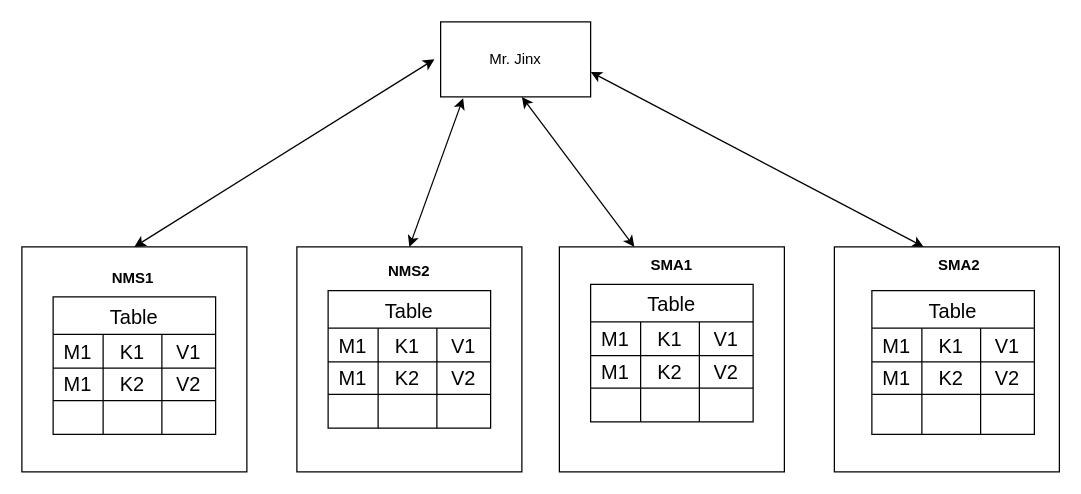
The draw.io diagram NMS SMA Cache.drawio in anshuldevmehta/RandomDiagrams, before the edit. Source tidied: cells renumbered, new cells numbered last; positions are measured from the earlier drawing's top-left corner, leaving out a move shared by most shapes. Both pictures are drawn from the tidied source at 125%, with x=0, y=0 at pixel (21, 21).
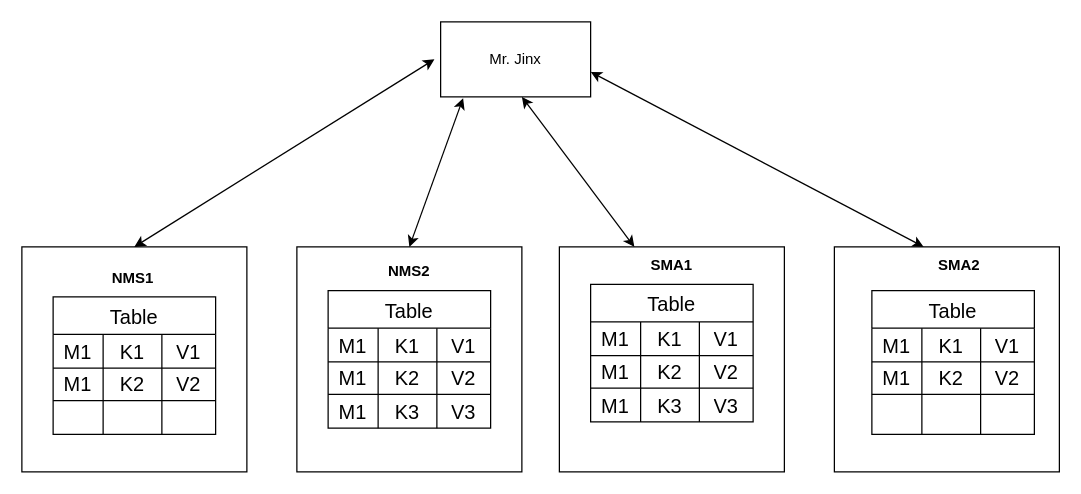
The same page after the edit.

Unchanged cells that the change refers to:
```xml
<mxCell id="28" style="shape=tableRow;horizontal=0;startSize=0;swimlaneHead=0;swimlaneBody=0;strokeColor=inherit;top=0;left=0;bottom=0;right=0;fillColor=none;fontSize=16;" parent="19" vertex="1">
  <mxGeometry y="83" width="130" height="27" as="geometry" />
</mxCell>
<mxCell id="41" style="shape=tableRow;horizontal=0;startSize=0;swimlaneHead=0;swimlaneBody=0;strokeColor=inherit;top=0;left=0;bottom=0;right=0;fillColor=none;fontSize=16;" parent="32" vertex="1">
  <mxGeometry y="83" width="130" height="27" as="geometry" />
</mxCell>
```

Diff of the diagram source:
```diff
@@
-    <mxCell id="29" style="shape=partialRectangle;html=1;whiteSpace=wrap;strokeColor=inherit;overflow=hidden;fillColor=none;top=0;left=0;bottom=0;right=0;fontSize=16;" parent="28" vertex="1">
+    <mxCell id="29" value="M1" style="shape=partialRectangle;html=1;whiteSpace=wrap;strokeColor=inherit;overflow=hidden;fillColor=none;top=0;left=0;bottom=0;right=0;fontSize=16;" parent="28" vertex="1">
       <mxGeometry width="40" height="27" as="geometry" />
     </mxCell>
-    <mxCell id="30" style="shape=partialRectangle;html=1;whiteSpace=wrap;strokeColor=inherit;overflow=hidden;fillColor=none;top=0;left=0;bottom=0;right=0;fontSize=16;" parent="28" vertex="1">
+    <mxCell id="30" value="K3" style="shape=partialRectangle;html=1;whiteSpace=wrap;strokeColor=inherit;overflow=hidden;fillColor=none;top=0;left=0;bottom=0;right=0;fontSize=16;" parent="28" vertex="1">
       <mxGeometry x="40" width="47" height="27" as="geometry" />
     </mxCell>
-    <mxCell id="31" style="shape=partialRectangle;html=1;whiteSpace=wrap;strokeColor=inherit;overflow=hidden;fillColor=none;top=0;left=0;bottom=0;right=0;fontSize=16;" parent="28" vertex="1">
+    <mxCell id="31" value="V3" style="shape=partialRectangle;html=1;whiteSpace=wrap;strokeColor=inherit;overflow=hidden;fillColor=none;top=0;left=0;bottom=0;right=0;fontSize=16;" parent="28" vertex="1">
       <mxGeometry x="87" width="43" height="27" as="geometry" />
     </mxCell>
@@
-    <mxCell id="42" style="shape=partialRectangle;html=1;whiteSpace=wrap;strokeColor=inherit;overflow=hidden;fillColor=none;top=0;left=0;bottom=0;right=0;fontSize=16;" parent="41" vertex="1">
+    <mxCell id="42" value="M1" style="shape=partialRectangle;html=1;whiteSpace=wrap;strokeColor=inherit;overflow=hidden;fillColor=none;top=0;left=0;bottom=0;right=0;fontSize=16;" parent="41" vertex="1">
       <mxGeometry width="40" height="27" as="geometry" />
     </mxCell>
-    <mxCell id="43" style="shape=partialRectangle;html=1;whiteSpace=wrap;strokeColor=inherit;overflow=hidden;fillColor=none;top=0;left=0;bottom=0;right=0;fontSize=16;" parent="41" vertex="1">
+    <mxCell id="43" value="K3" style="shape=partialRectangle;html=1;whiteSpace=wrap;strokeColor=inherit;overflow=hidden;fillColor=none;top=0;left=0;bottom=0;right=0;fontSize=16;" parent="41" vertex="1">
       <mxGeometry x="40" width="47" height="27" as="geometry" />
     </mxCell>
-    <mxCell id="44" style="shape=partialRectangle;html=1;whiteSpace=wrap;strokeColor=inherit;overflow=hidden;fillColor=none;top=0;left=0;bottom=0;right=0;fontSize=16;" parent="41" vertex="1">
+    <mxCell id="44" value="V3" style="shape=partialRectangle;html=1;whiteSpace=wrap;strokeColor=inherit;overflow=hidden;fillColor=none;top=0;left=0;bottom=0;right=0;fontSize=16;" parent="41" vertex="1">
       <mxGeometry x="87" width="43" height="27" as="geometry" />
     </mxCell>
```
